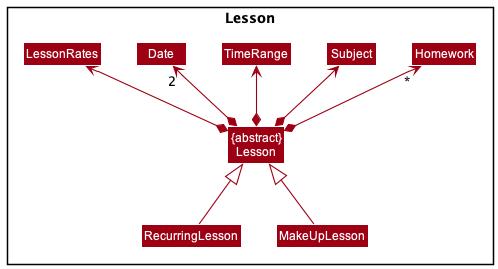
Earlier version of the PlantUML export docs/images/LessonClassDiagram.png (nus-cs2103-AY2122S1/tp).
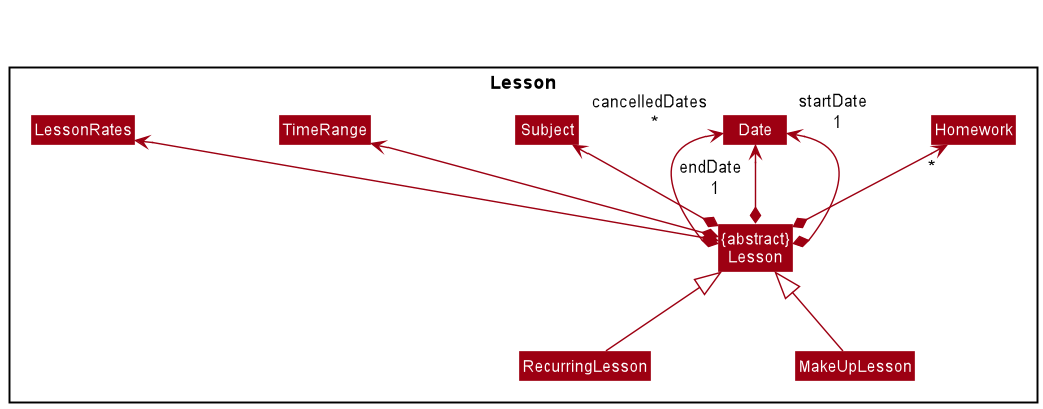
Above is the later version.

Commit message:
update Class Diagram of Lessons

The edit, as a diff of the source:
```diff
@@ -3,6 +3,7 @@
 skinparam arrowThickness 1.1
 skinparam arrowColor MODEL_COLOR
 skinparam classBackgroundColor MODEL_COLOR
+skinparam nodesep 110
 
 package "Lesson" {
     Class "{abstract}\nLesson" as Lesson
@@ -15,15 +16,18 @@
     Class LessonRates
 }
 
-Lesson *-up-> "2" Date
+Lesson *-up-> "cancelledDates \n *" Date
+Lesson *-up-> "endDate \n 1" Date
+Lesson *-up-> "startDate \n 1" Date
 Lesson *-up-> TimeRange
 Lesson *-up-> Subject
 Lesson *-up-> LessonRates
 Lesson *-up-> "*" Homework
 
-Homework -[hidden]left-> Subject
-Subject -[hidden]left-> TimeRange
-TimeRange -[hidden]left-> Date
+Homework -[hidden]left-> Date
+Subject -[hidden]left-> LessonRates
+TimeRange -[hidden]left->LessonRates
+Date -[hidden]left->Subject
 
 Lesson <|-down- RecurringLesson
 Lesson <|-down- MakeUpLesson
```
